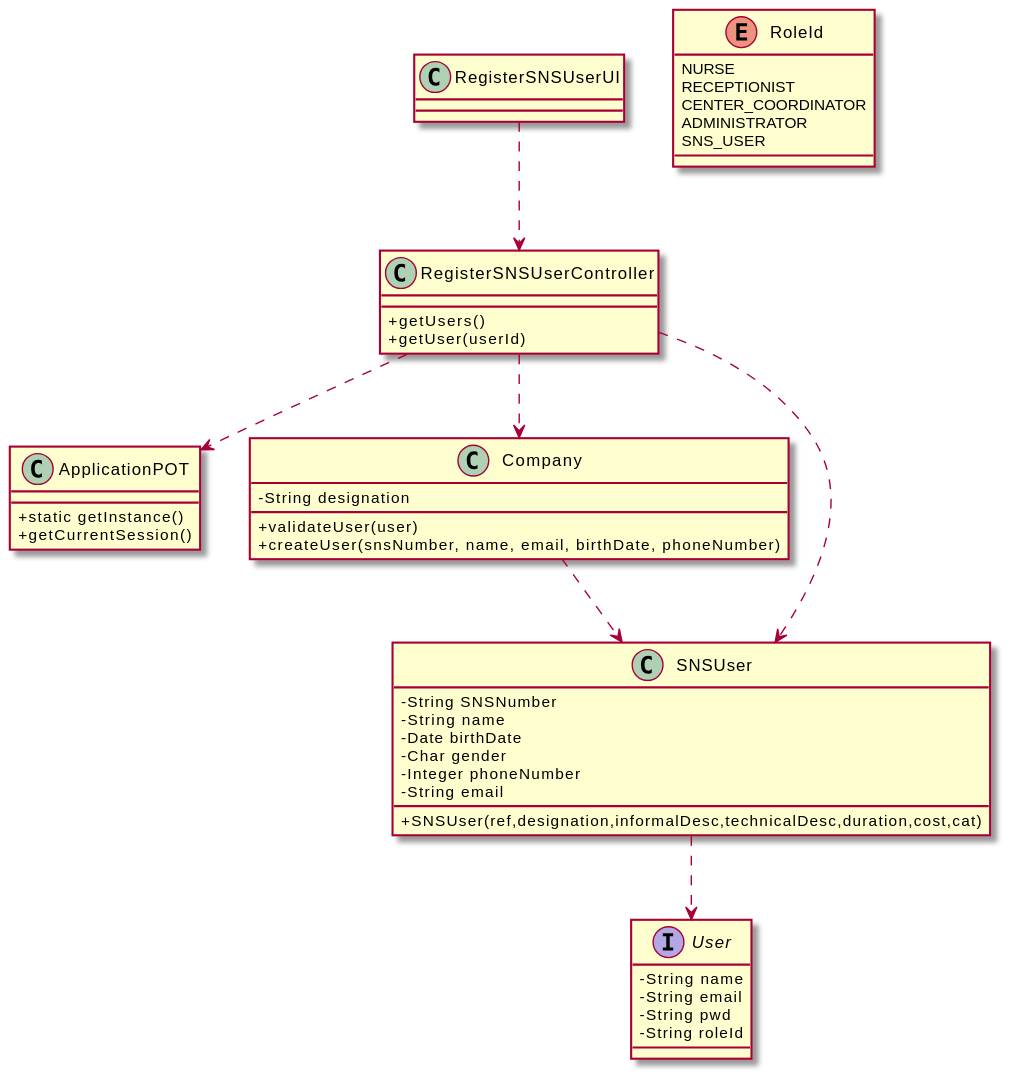
Above: docs/SprintB/US03/CD/US03_CD.svg in miseEnPlace-i/lapr2 (PlantUML), before the change.
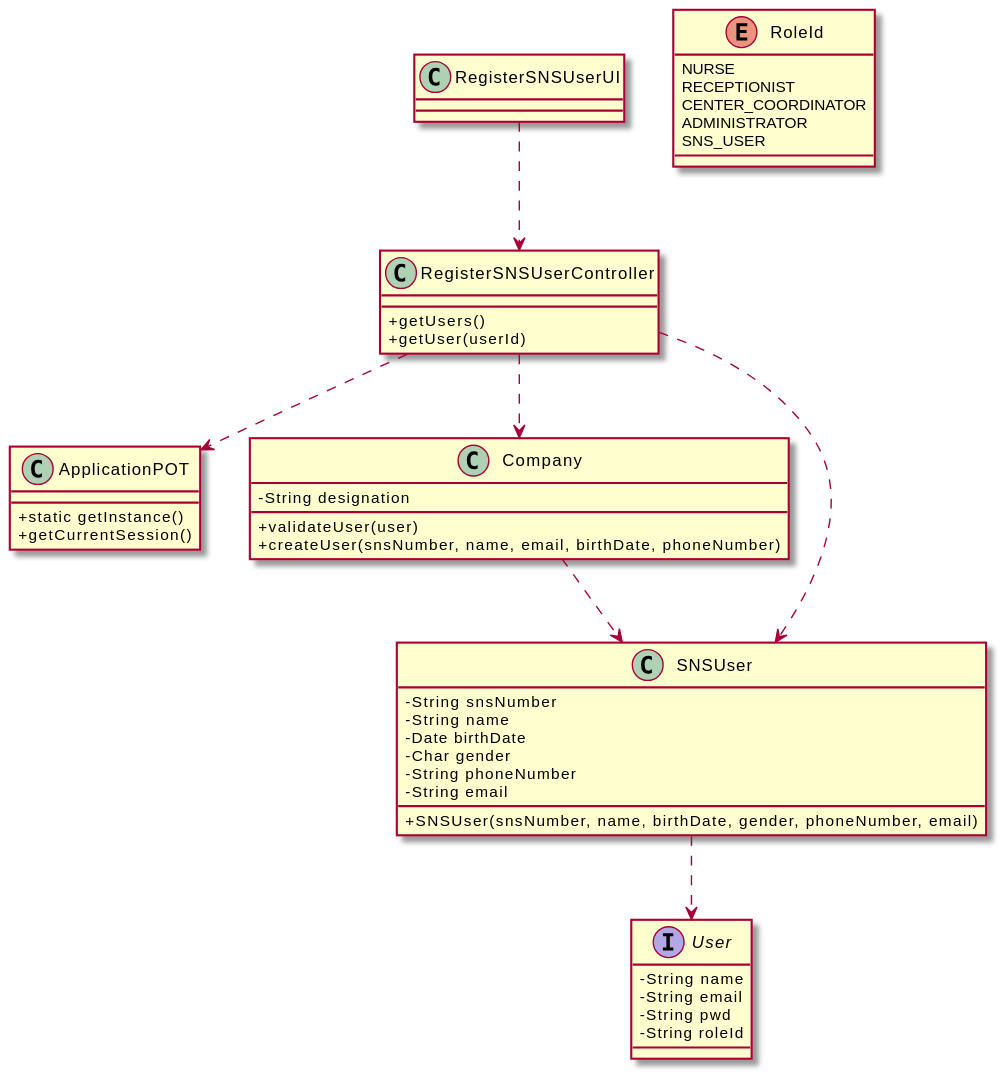
After the commit.

Commit message:
docs(US03): update CD & D; export diagrams

What changed in the source:
```diff
@@ -20,13 +20,13 @@
 class RegisterSNSUserUI { }
 
 class SNSUser {
-  - String SNSNumber
+  - String snsNumber
   - String name
   - Date birthDate
   - Char gender
-  - Integer phoneNumber
+  - String phoneNumber
   - String email
-  + SNSUser(ref,designation,informalDesc,technicalDesc,duration,cost,cat)
+  + SNSUser(snsNumber, name, birthDate, gender, phoneNumber, email)
 }
 
 interface User {
```
